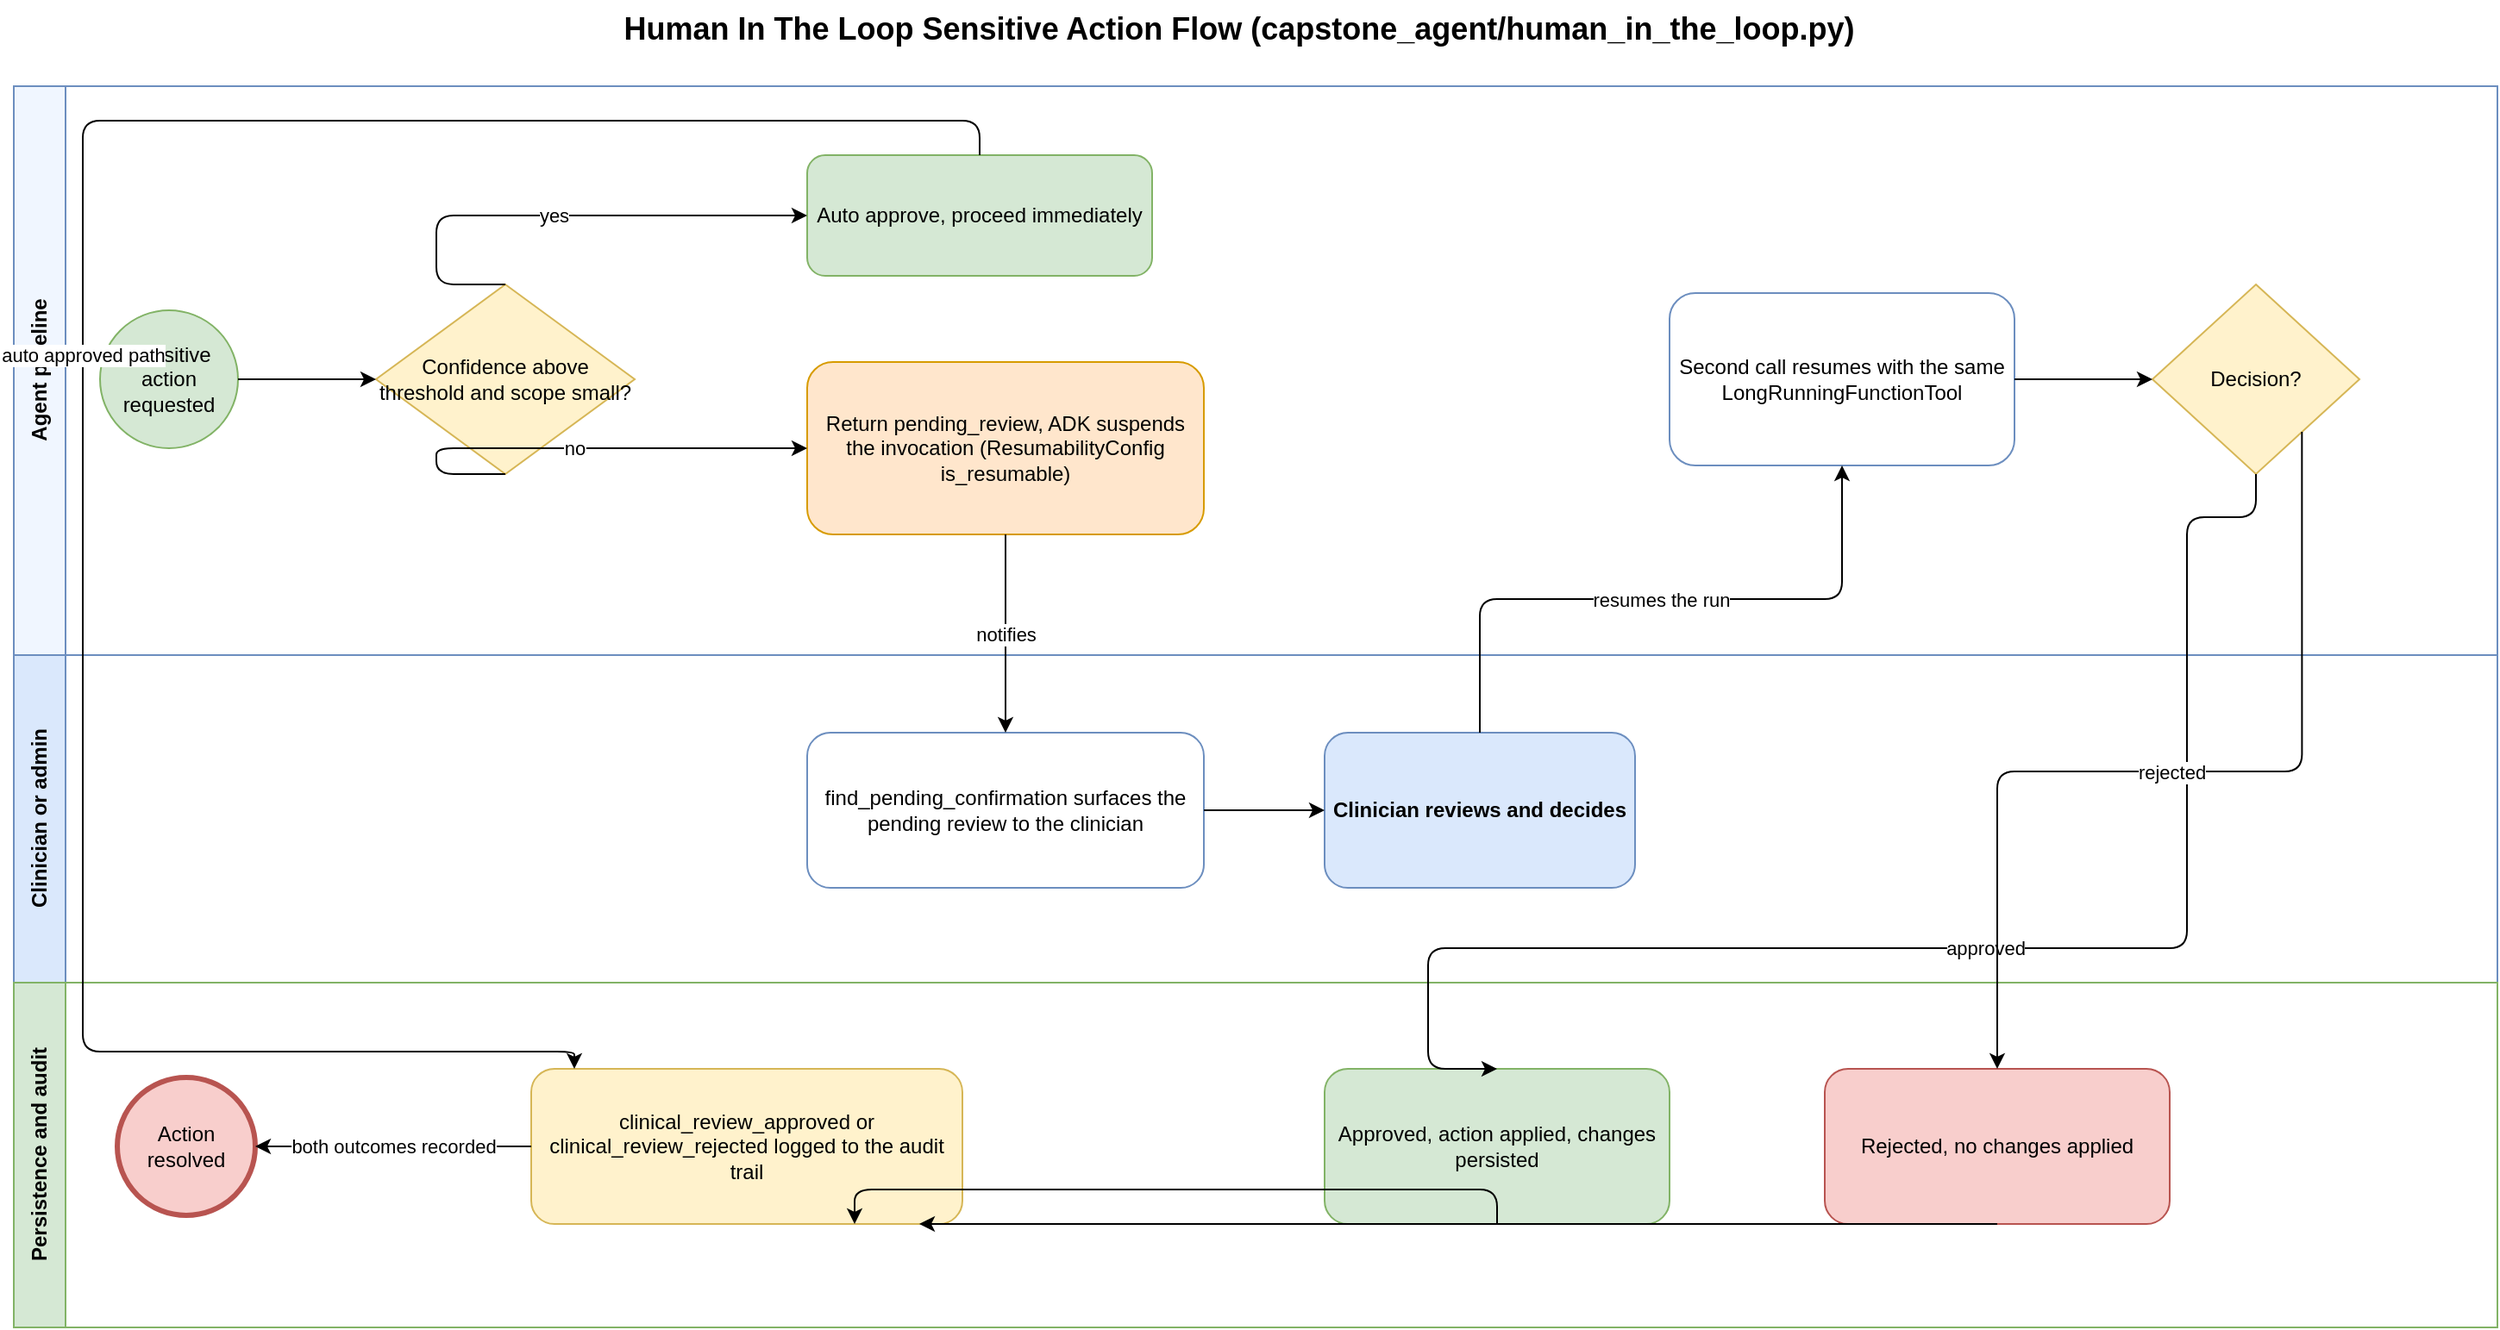
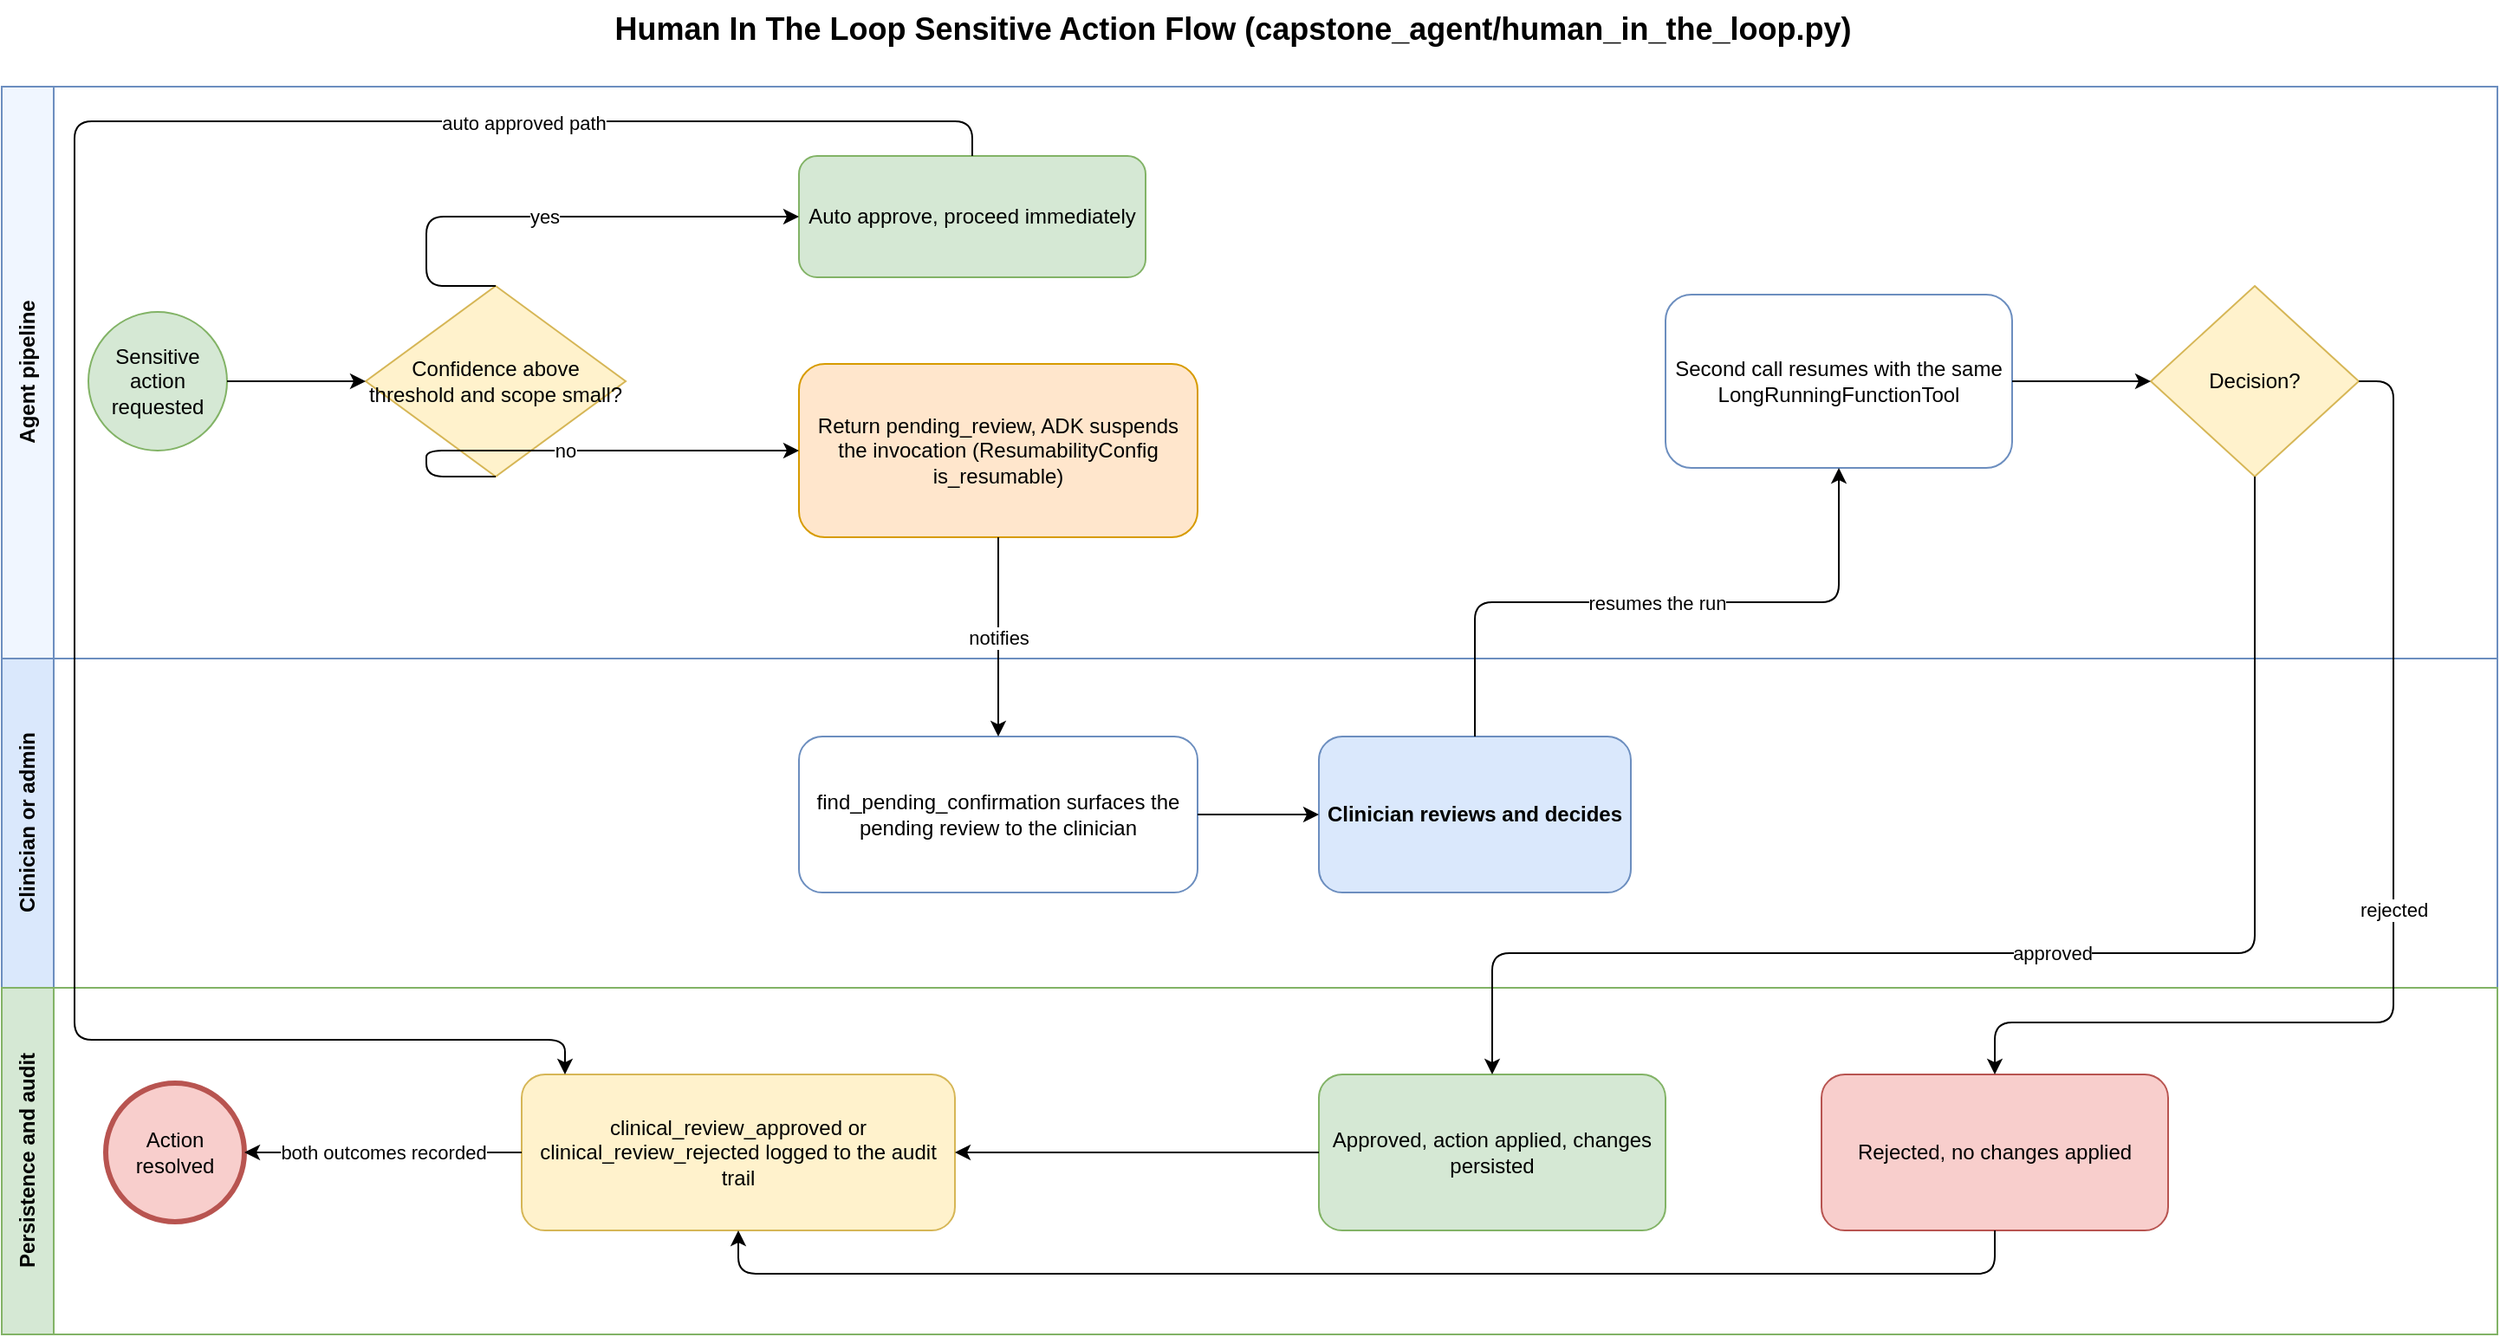
<?xml version="1.0" encoding="UTF-8"?>
<mxfile host="drawio" version="26.0.0">
  <diagram name="Human In The Loop BPMN">
    <mxGraphModel dx="1400" dy="900" grid="1" gridSize="10" page="1" pageWidth="1500" pageHeight="820">
      <root>
        <mxCell id="0" />
        <mxCell id="1" parent="0" />
        <mxCell id="title" value="Human In The Loop Sensitive Action Flow (capstone_agent/human_in_the_loop.py)" style="text;html=1;fontSize=18;fontStyle=1;align=center;" vertex="1" parent="1">
          <mxGeometry x="380" y="10" width="740" height="30" as="geometry" />
        </mxCell>
        <mxCell id="pool" value="" style="swimlane;html=1;startSize=0;horizontal=0;fillColor=none;strokeColor=#666666;" vertex="1" parent="1">
          <mxGeometry x="40" y="60" width="1440" height="720" as="geometry" />
        </mxCell>
        <mxCell id="lane1" value="Agent pipeline" style="swimlane;html=1;startSize=30;horizontal=0;fillColor=#f0f6ff;strokeColor=#6c8ebf;fontStyle=1;" vertex="1" parent="pool">
          <mxGeometry x="0" y="0" width="1440" height="330" as="geometry" />
        </mxCell>
        <mxCell id="lane2" value="Clinician or admin" style="swimlane;html=1;startSize=30;horizontal=0;fillColor=#dae8fc;strokeColor=#6c8ebf;fontStyle=1;" vertex="1" parent="pool">
          <mxGeometry x="0" y="330" width="1440" height="190" as="geometry" />
        </mxCell>
        <mxCell id="lane3" value="Persistence and audit" style="swimlane;html=1;startSize=30;horizontal=0;fillColor=#d5e8d4;strokeColor=#82b366;fontStyle=1;" vertex="1" parent="pool">
          <mxGeometry x="0" y="520" width="1440" height="200" as="geometry" />
        </mxCell>
        <mxCell id="start" value="Sensitive action requested" style="ellipse;whiteSpace=wrap;html=1;fillColor=#d5e8d4;strokeColor=#82b366;" vertex="1" parent="lane1">
          <mxGeometry x="50" y="130" width="80" height="80" as="geometry" />
        </mxCell>
        <mxCell id="gw1" value="Confidence above threshold and scope small?" style="rhombus;whiteSpace=wrap;html=1;fillColor=#fff2cc;strokeColor=#d6b656;" vertex="1" parent="lane1">
          <mxGeometry x="210" y="115" width="150" height="110" as="geometry" />
        </mxCell>
        <mxCell id="auto" value="Auto approve, proceed immediately" style="rounded=1;whiteSpace=wrap;html=1;fillColor=#d5e8d4;strokeColor=#82b366;" vertex="1" parent="lane1">
          <mxGeometry x="460" y="40" width="200" height="70" as="geometry" />
        </mxCell>
        <mxCell id="pause" value="Return pending_review, ADK suspends the invocation (ResumabilityConfig is_resumable)" style="rounded=1;whiteSpace=wrap;html=1;fillColor=#ffe6cc;strokeColor=#d79b00;" vertex="1" parent="lane1">
          <mxGeometry x="460" y="160" width="230" height="100" as="geometry" />
        </mxCell>
        <mxCell id="resume" value="Second call resumes with the same LongRunningFunctionTool" style="rounded=1;whiteSpace=wrap;html=1;fillColor=#ffffff;strokeColor=#6c8ebf;" vertex="1" parent="lane1">
          <mxGeometry x="960" y="120" width="200" height="100" as="geometry" />
        </mxCell>
        <mxCell id="gw2" value="Decision?" style="rhombus;whiteSpace=wrap;html=1;fillColor=#fff2cc;strokeColor=#d6b656;" vertex="1" parent="lane1">
          <mxGeometry x="1240" y="115" width="120" height="110" as="geometry" />
        </mxCell>
        <mxCell id="wait" value="find_pending_confirmation surfaces the pending review to the clinician" style="rounded=1;whiteSpace=wrap;html=1;fillColor=#ffffff;strokeColor=#6c8ebf;" vertex="1" parent="lane2">
          <mxGeometry x="460" y="45" width="230" height="90" as="geometry" />
        </mxCell>
        <mxCell id="decide" value="Clinician reviews and decides" style="rounded=1;whiteSpace=wrap;html=1;fillColor=#dae8fc;strokeColor=#6c8ebf;fontStyle=1;" vertex="1" parent="lane2">
          <mxGeometry x="760" y="45" width="180" height="90" as="geometry" />
        </mxCell>
        <mxCell id="endev" value="Action resolved" style="ellipse;whiteSpace=wrap;html=1;fillColor=#f8cecc;strokeColor=#b85450;strokeWidth=3;" vertex="1" parent="lane3">
          <mxGeometry x="60" y="55" width="80" height="80" as="geometry" />
        </mxCell>
        <mxCell id="audit" value="clinical_review_approved or clinical_review_rejected logged to the audit trail" style="rounded=1;whiteSpace=wrap;html=1;fillColor=#fff2cc;strokeColor=#d6b656;" vertex="1" parent="lane3">
          <mxGeometry x="300" y="50" width="250" height="90" as="geometry" />
        </mxCell>
        <mxCell id="approved" value="Approved, action applied, changes persisted" style="rounded=1;whiteSpace=wrap;html=1;fillColor=#d5e8d4;strokeColor=#82b366;" vertex="1" parent="lane3">
          <mxGeometry x="760" y="50" width="200" height="90" as="geometry" />
        </mxCell>
        <mxCell id="rejected" value="Rejected, no changes applied" style="rounded=1;whiteSpace=wrap;html=1;fillColor=#f8cecc;strokeColor=#b85450;" vertex="1" parent="lane3">
          <mxGeometry x="1050" y="50" width="200" height="90" as="geometry" />
        </mxCell>
        <mxCell id="e1" style="edgeStyle=orthogonalEdgeStyle;rounded=1;orthogonalLoop=1;jettySize=auto;html=1;exitX=1;exitY=0.5;entryX=0;entryY=0.5;" edge="1" parent="1" source="start" target="gw1">
          <mxGeometry relative="1" as="geometry" />
        </mxCell>
        <mxCell id="e2" value="yes" style="edgeStyle=orthogonalEdgeStyle;rounded=1;orthogonalLoop=1;jettySize=auto;html=1;exitX=0.5;exitY=0;entryX=0;entryY=0.5;labelBackgroundColor=#ffffff;fontSize=11;" edge="1" parent="1" source="gw1" target="auto">
          <mxGeometry relative="1" as="geometry">
            <Array as="points">
              <mxPoint x="285" y="135" />
            </Array>
          </mxGeometry>
        </mxCell>
        <mxCell id="e3" value="no" style="edgeStyle=orthogonalEdgeStyle;rounded=1;orthogonalLoop=1;jettySize=auto;html=1;exitX=0.5;exitY=1;entryX=0;entryY=0.5;labelBackgroundColor=#ffffff;fontSize=11;" edge="1" parent="1" source="gw1" target="pause">
          <mxGeometry relative="1" as="geometry">
            <Array as="points">
              <mxPoint x="285" y="270" />
            </Array>
          </mxGeometry>
        </mxCell>
        <mxCell id="e4" value="notifies" style="edgeStyle=orthogonalEdgeStyle;rounded=1;orthogonalLoop=1;jettySize=auto;html=1;exitX=0.5;exitY=1;entryX=0.5;entryY=0;labelBackgroundColor=#ffffff;fontSize=11;" edge="1" parent="1" source="pause" target="wait">
          <mxGeometry relative="1" as="geometry" />
        </mxCell>
        <mxCell id="e5" style="edgeStyle=orthogonalEdgeStyle;rounded=1;orthogonalLoop=1;jettySize=auto;html=1;exitX=1;exitY=0.5;entryX=0;entryY=0.5;" edge="1" parent="1" source="wait" target="decide">
          <mxGeometry relative="1" as="geometry" />
        </mxCell>
        <mxCell id="e6" value="resumes the run" style="edgeStyle=orthogonalEdgeStyle;rounded=1;orthogonalLoop=1;jettySize=auto;html=1;exitX=0.5;exitY=0;entryX=0.5;entryY=1;labelBackgroundColor=#ffffff;fontSize=11;" edge="1" parent="1" source="decide" target="resume">
          <mxGeometry relative="1" as="geometry" />
        </mxCell>
        <mxCell id="e7" style="edgeStyle=orthogonalEdgeStyle;rounded=1;orthogonalLoop=1;jettySize=auto;html=1;exitX=1;exitY=0.5;entryX=0;entryY=0.5;" edge="1" parent="1" source="resume" target="gw2">
          <mxGeometry relative="1" as="geometry" />
        </mxCell>
        <mxCell id="e8" value="approved" style="edgeStyle=orthogonalEdgeStyle;rounded=1;orthogonalLoop=1;jettySize=auto;html=1;exitX=0.5;exitY=1;entryX=0.5;entryY=0;labelBackgroundColor=#ffffff;fontSize=11;" edge="1" parent="1" source="gw2" target="approved">
          <mxGeometry relative="1" as="geometry">
            <Array as="points">
-               <mxPoint x="1300" y="310" />
-               <mxPoint x="1300" y="560" />
-               <mxPoint x="860" y="560" />
+               <mxPoint x="1340" y="560" />
+               <mxPoint x="900" y="560" />
            </Array>
          </mxGeometry>
        </mxCell>
-         <mxCell id="e9" value="rejected" style="edgeStyle=orthogonalEdgeStyle;rounded=1;orthogonalLoop=1;jettySize=auto;html=1;exitX=0.9;exitY=1;entryX=0.5;entryY=0;labelBackgroundColor=#ffffff;fontSize=11;" edge="1" parent="1" source="gw2" target="rejected">
-           <mxGeometry relative="1" as="geometry" />
+         <mxCell id="e9" value="rejected" style="edgeStyle=orthogonalEdgeStyle;rounded=1;orthogonalLoop=1;jettySize=auto;html=1;exitX=1;exitY=0.5;entryX=0.5;entryY=0;labelBackgroundColor=#ffffff;fontSize=11;" edge="1" parent="1" source="gw2" target="rejected">
+           <mxGeometry relative="1" as="geometry">
+             <Array as="points">
+               <mxPoint x="1420" y="230" />
+               <mxPoint x="1420" y="600" />
+               <mxPoint x="1190" y="600" />
+             </Array>
+           </mxGeometry>
        </mxCell>
        <mxCell id="e10" value="auto approved path" style="edgeStyle=orthogonalEdgeStyle;rounded=1;orthogonalLoop=1;jettySize=auto;html=1;exitX=0.5;exitY=0;entryX=0.1;entryY=0;labelBackgroundColor=#ffffff;fontSize=11;" edge="1" parent="1" source="auto" target="audit">
          <mxGeometry relative="1" as="geometry">
            <Array as="points">
              <mxPoint x="600" y="80" />
-               <mxPoint x="80" y="80" />
-               <mxPoint x="80" y="620" />
-               <mxPoint x="365" y="620" />
+               <mxPoint x="82" y="80" />
+               <mxPoint x="82" y="610" />
+               <mxPoint x="365" y="610" />
            </Array>
-             <mxPoint as="offset" x="0" y="-12" />
+             <mxPoint as="offset" x="259" y="-147" />
          </mxGeometry>
        </mxCell>
-         <mxCell id="e11" style="edgeStyle=orthogonalEdgeStyle;rounded=1;orthogonalLoop=1;jettySize=auto;html=1;exitX=0.5;exitY=1;entryX=0.75;entryY=1;" edge="1" parent="1" source="approved" target="audit">
+         <mxCell id="e11" style="edgeStyle=orthogonalEdgeStyle;rounded=1;orthogonalLoop=1;jettySize=auto;html=1;exitX=0;exitY=0.5;entryX=1;entryY=0.5;" edge="1" parent="1" source="approved" target="audit">
+           <mxGeometry relative="1" as="geometry" />
+         </mxCell>
+         <mxCell id="e12" style="edgeStyle=orthogonalEdgeStyle;rounded=1;orthogonalLoop=1;jettySize=auto;html=1;exitX=0.5;exitY=1;entryX=0.5;entryY=1;" edge="1" parent="1" source="rejected" target="audit">
          <mxGeometry relative="1" as="geometry">
            <Array as="points">
-               <mxPoint x="860" y="700" />
-               <mxPoint x="490" y="700" />
-             </Array>
-           </mxGeometry>
-         </mxCell>
-         <mxCell id="e12" style="edgeStyle=orthogonalEdgeStyle;rounded=1;orthogonalLoop=1;jettySize=auto;html=1;exitX=0.5;exitY=1;entryX=0.9;entryY=1;" edge="1" parent="1" source="rejected" target="audit">
-           <mxGeometry relative="1" as="geometry">
-             <Array as="points">
-               <mxPoint x="1150" y="720" />
-               <mxPoint x="525" y="720" />
+               <mxPoint x="1190" y="745" />
+               <mxPoint x="465" y="745" />
            </Array>
          </mxGeometry>
        </mxCell>
        <mxCell id="e13" value="both outcomes recorded" style="edgeStyle=orthogonalEdgeStyle;rounded=1;orthogonalLoop=1;jettySize=auto;html=1;exitX=0;exitY=0.5;entryX=1;entryY=0.5;labelBackgroundColor=#ffffff;fontSize=11;" edge="1" parent="1" source="audit" target="endev">
          <mxGeometry relative="1" as="geometry" />
        </mxCell>
      </root>
    </mxGraphModel>
  </diagram>
</mxfile>
